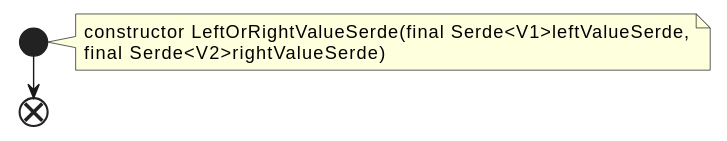
The PlantUML diagram docs/qc/streams/src/main/java/org/apache/kafka/streams/state/internals/LeftOrRightValueSerde.java.fct.svg in qualitesys/kafka, before a commit.
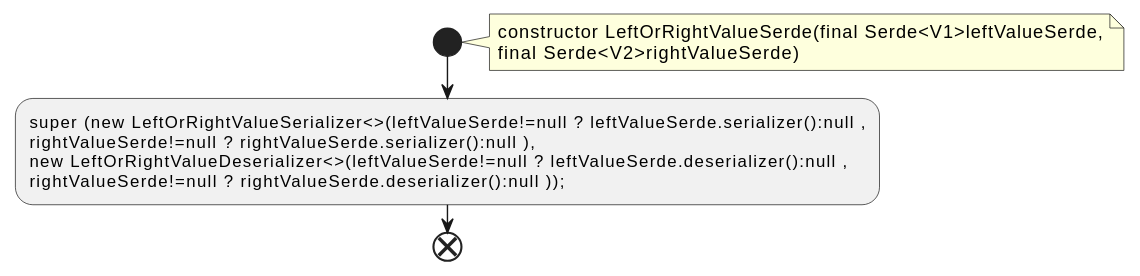
Above is the later version.

What changed in the source:
```diff
@@ -5,5 +5,9 @@
 constructor LeftOrRightValueSerde(final Serde<V1>leftValueSerde,
 final Serde<V2>rightValueSerde)
 end note
+:super (new LeftOrRightValueSerializer<>(leftValueSerde!=null ? leftValueSerde.serializer():null ,
+rightValueSerde!=null ? rightValueSerde.serializer():null ),
+new LeftOrRightValueDeserializer<>(leftValueSerde!=null ? leftValueSerde.deserializer():null ,
+rightValueSerde!=null ? rightValueSerde.deserializer():null ));;
 end
 @enduml
```
